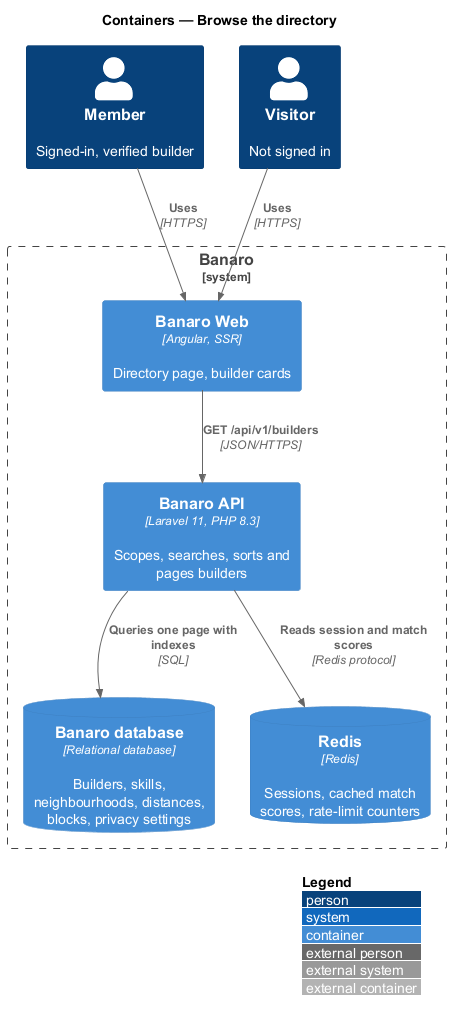
Above: docs/detailed-designs/directory/browse-directory/diagrams/c4-container.png in QuinntyneBrown/banaro (PlantUML), before the change.
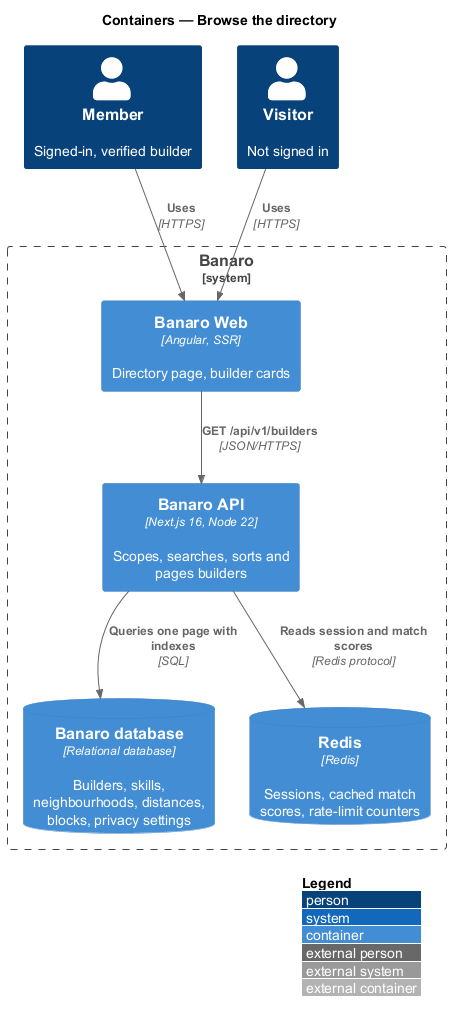
After the commit.

Change to the diagram source:
```diff
@@ -8,7 +8,7 @@
 
 System_Boundary(banaro, "Banaro") {
   Container(web, "Banaro Web", "Angular, SSR", "Directory page, builder cards")
-  Container(api, "Banaro API", "Laravel 11, PHP 8.3", "Scopes, searches, sorts and pages builders")
+  Container(api, "Banaro API", "Next.js 16, Node 22", "Scopes, searches, sorts and pages builders")
   ContainerDb(db, "Banaro database", "Relational database", "Builders, skills, neighbourhoods, distances, blocks, privacy settings")
   ContainerDb(redis, "Redis", "Redis", "Sessions, cached match scores, rate-limit counters")
 }
```
